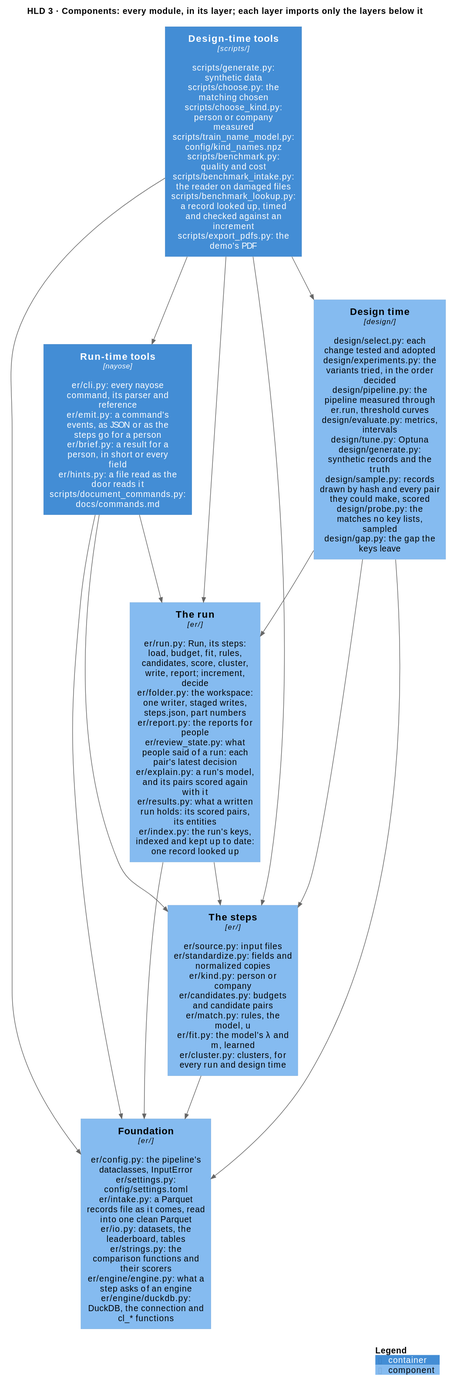
Before: docs/diagrams/components.svg, a diagram exported from PlantUML (mvsbm/entity_matching).
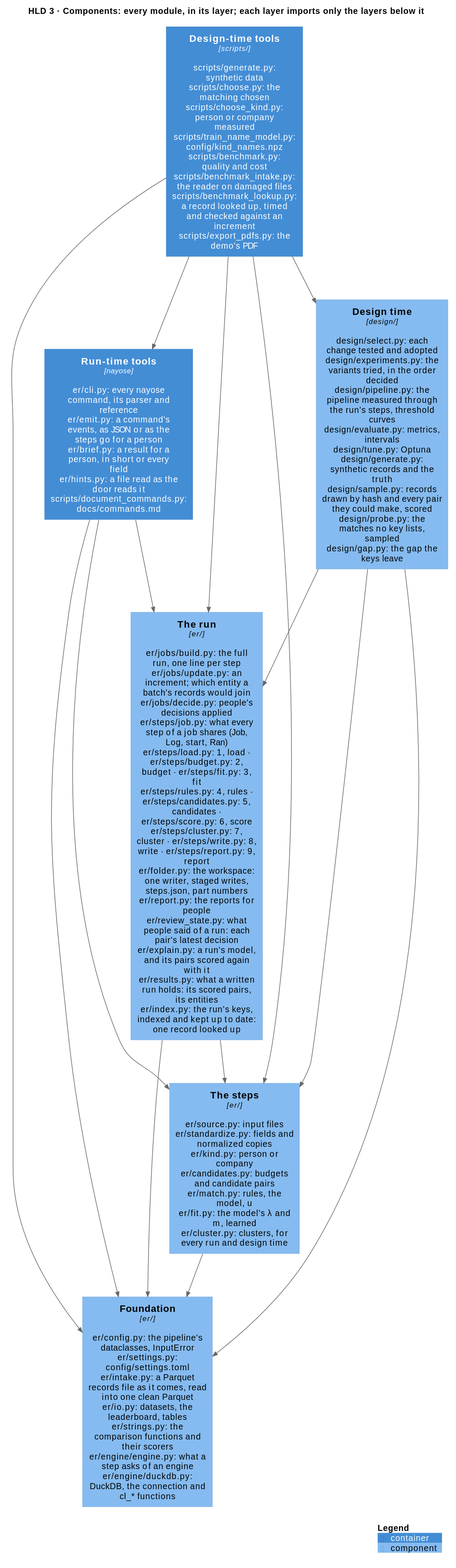
Later version of the same file.

What changed in the source:
```diff
@@ -7,8 +7,8 @@
 Container(tools_run, "Run-time tools", "nayose", "er/cli.py: every nayose command, its parser and reference\ner/emit.py: a command's events, as JSON or as the steps go for a person\ner/brief.py: a result for a person, in short or every field\ner/hints.py: a file read as the door reads it\nscripts/document_commands.py: docs/commands.md")
 Container(tools_design, "Design-time tools", "scripts/", "scripts/generate.py: synthetic data\nscripts/choose.py: the matching chosen\nscripts/choose_kind.py: person or company measured\nscripts/train_name_model.py: config/kind_names.npz\nscripts/benchmark.py: quality and cost\nscripts/benchmark_intake.py: the reader on damaged files\nscripts/benchmark_lookup.py: a record looked up, timed and checked against an increment\nscripts/export_pdfs.py: the demo's PDF")
 
-Component(run, "The run", "er/", "er/run.py: Run, its steps: load, budget, fit, rules, candidates, score, cluster, write, report; increment, decide\ner/folder.py: the workspace: one writer, staged writes, steps.json, part numbers\ner/report.py: the reports for people\ner/review_state.py: what people said of a run: each pair's latest decision\ner/explain.py: a run's model, and its pairs scored again with it\ner/results.py: what a written run holds: its scored pairs, its entities\ner/index.py: the run's keys, indexed and kept up to date: one record looked up")
-Component(design, "Design time", "design/", "design/select.py: each change tested and adopted\ndesign/experiments.py: the variants tried, in the order decided\ndesign/pipeline.py: the pipeline measured through er.run, threshold curves\ndesign/evaluate.py: metrics, intervals\ndesign/tune.py: Optuna\ndesign/generate.py: synthetic records and the truth\ndesign/sample.py: records drawn by hash and every pair they could make, scored\ndesign/probe.py: the matches no key lists, sampled\ndesign/gap.py: the gap the keys leave")
+Component(run, "The run", "er/", "er/jobs/build.py: the full run, one line per step\ner/jobs/update.py: an increment; which entity a batch's records would join\ner/jobs/decide.py: people's decisions applied\ner/steps/job.py: what every step of a job shares (Job, Log, start, Ran)\ner/steps/load.py: 1, load · er/steps/budget.py: 2, budget · er/steps/fit.py: 3, fit\ner/steps/rules.py: 4, rules · er/steps/candidates.py: 5, candidates · er/steps/score.py: 6, score\ner/steps/cluster.py: 7, cluster · er/steps/write.py: 8, write · er/steps/report.py: 9, report\ner/folder.py: the workspace: one writer, staged writes, steps.json, part numbers\ner/report.py: the reports for people\ner/review_state.py: what people said of a run: each pair's latest decision\ner/explain.py: a run's model, and its pairs scored again with it\ner/results.py: what a written run holds: its scored pairs, its entities\ner/index.py: the run's keys, indexed and kept up to date: one record looked up")
+Component(design, "Design time", "design/", "design/select.py: each change tested and adopted\ndesign/experiments.py: the variants tried, in the order decided\ndesign/pipeline.py: the pipeline measured through the run's steps, threshold curves\ndesign/evaluate.py: metrics, intervals\ndesign/tune.py: Optuna\ndesign/generate.py: synthetic records and the truth\ndesign/sample.py: records drawn by hash and every pair they could make, scored\ndesign/probe.py: the matches no key lists, sampled\ndesign/gap.py: the gap the keys leave")
 Component(steps, "The steps", "er/", "er/source.py: input files\ner/standardize.py: fields and normalized copies\ner/kind.py: person or company\ner/candidates.py: budgets and candidate pairs\ner/match.py: rules, the model, u\ner/fit.py: the model's λ and m, learned\ner/cluster.py: clusters, for every run and design time")
 Component(configuration, "Foundation", "er/", "er/config.py: the pipeline's dataclasses, InputError\ner/settings.py: config/settings.toml\ner/intake.py: a Parquet records file as it comes, read into one clean Parquet\ner/io.py: datasets, the leaderboard, tables\ner/strings.py: the comparison functions and their scorers\ner/engine/engine.py: what a step asks of an engine\ner/engine/duckdb.py: DuckDB, the connection and cl_* functions")
 
```
